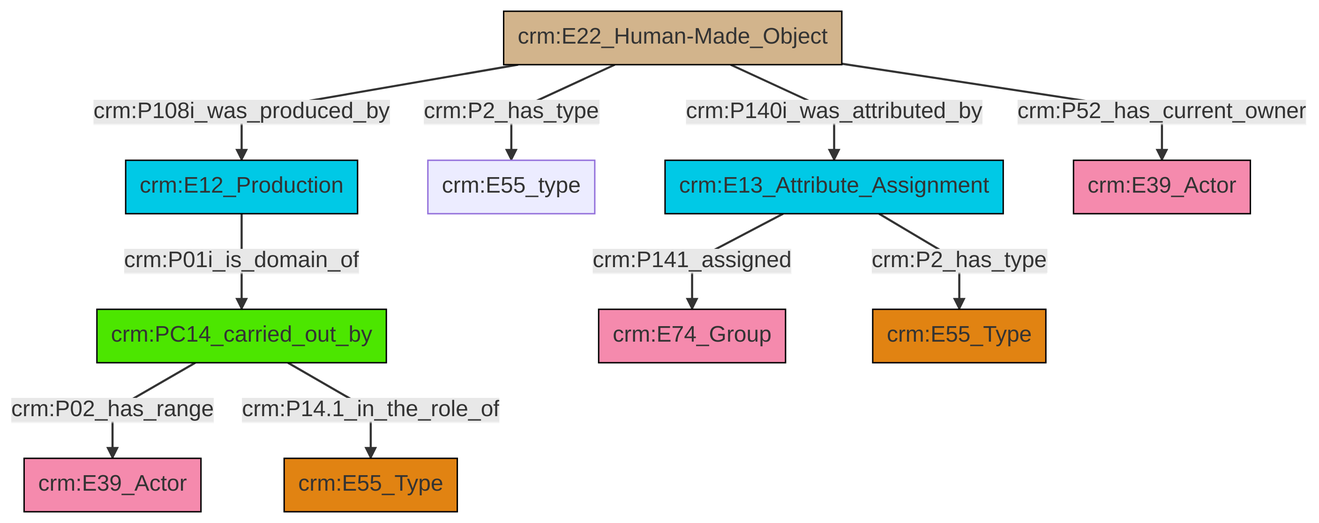
Earlier version of the Mermaid export et/builtWorkCSV/ttl/mmd/png/Built_Work_actor_relations.png (swiss-art-research-net/docs.swissartresearch). Its source is kept beside it as et/builtWorkCSV/ttl/mmd/Built_Work_actor_relations.ttl.mmd.
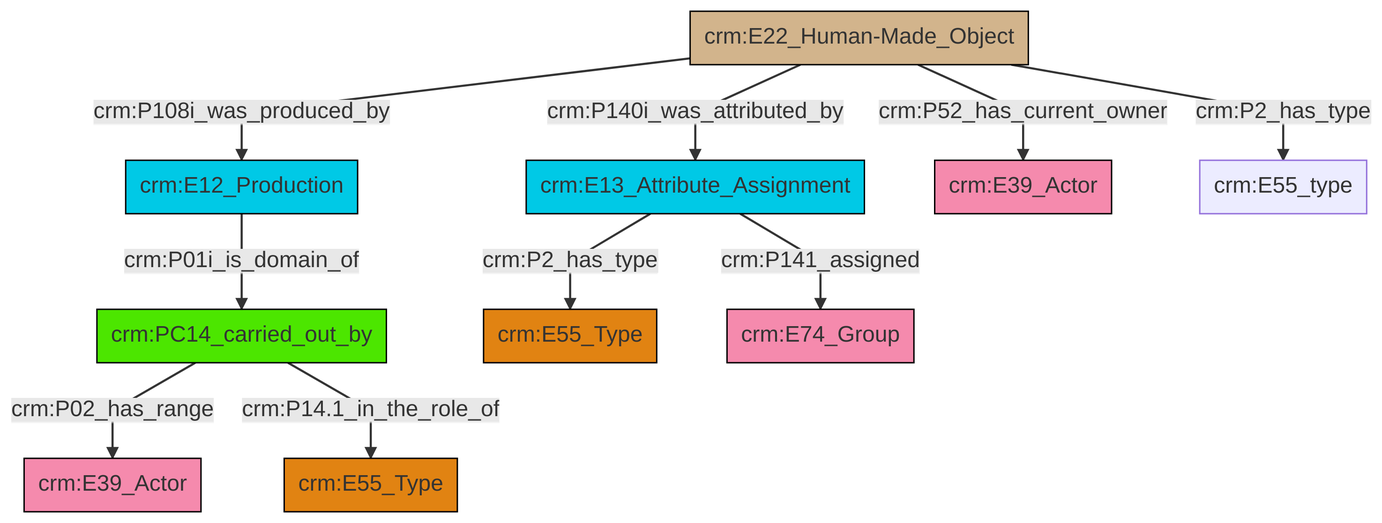
The same file after the commit.

The edit, as a diff of the source:
```diff
@@ -13,12 +13,12 @@
 classDef PC_Classes fill:#4ce600, stroke:#000000;
 classDef Multi fill:#cccccc,stroke:#000000;
 
-2["crm:E22_Human-Made_Object"]:::Physical_Thing -->|crm:P108i_was_produced_by| 0["crm:E12_Production"]:::Temporal_Entity
-7["crm:E13_Attribute_Assignment"]:::Temporal_Entity -->|crm:P141_assigned| 8["crm:E74_Group"]:::Actor
-9["crm:PC14_carried_out_by"]:::PC_Classes -->|crm:P02_has_range| 5["crm:E39_Actor"]:::Actor
-2["crm:E22_Human-Made_Object"]:::Physical_Thing -->|crm:P2_has_type| 3["crm:E55_type"]:::Default
-2["crm:E22_Human-Made_Object"]:::Physical_Thing -->|crm:P140i_was_attributed_by| 7["crm:E13_Attribute_Assignment"]:::Temporal_Entity
-2["crm:E22_Human-Made_Object"]:::Physical_Thing -->|crm:P52_has_current_owner| 10["crm:E39_Actor"]:::Actor
-0["crm:E12_Production"]:::Temporal_Entity -->|crm:P01i_is_domain_of| 9["crm:PC14_carried_out_by"]:::PC_Classes
-7["crm:E13_Attribute_Assignment"]:::Temporal_Entity -->|crm:P2_has_type| 16["crm:E55_Type"]:::Type
-9["crm:PC14_carried_out_by"]:::PC_Classes -->|crm:P14.1_in_the_role_of| 14["crm:E55_Type"]:::Type
+0["crm:E12_Production"]:::Temporal_Entity -->|crm:P01i_is_domain_of| 1["crm:PC14_carried_out_by"]:::PC_Classes
+6["crm:E22_Human-Made_Object"]:::Physical_Thing -->|crm:P140i_was_attributed_by| 2["crm:E13_Attribute_Assignment"]:::Temporal_Entity
+2["crm:E13_Attribute_Assignment"]:::Temporal_Entity -->|crm:P2_has_type| 9["crm:E55_Type"]:::Type
+6["crm:E22_Human-Made_Object"]:::Physical_Thing -->|crm:P108i_was_produced_by| 0["crm:E12_Production"]:::Temporal_Entity
+1["crm:PC14_carried_out_by"]:::PC_Classes -->|crm:P02_has_range| 11["crm:E39_Actor"]:::Actor
+2["crm:E13_Attribute_Assignment"]:::Temporal_Entity -->|crm:P141_assigned| 12["crm:E74_Group"]:::Actor
+1["crm:PC14_carried_out_by"]:::PC_Classes -->|crm:P14.1_in_the_role_of| 7["crm:E55_Type"]:::Type
+6["crm:E22_Human-Made_Object"]:::Physical_Thing -->|crm:P52_has_current_owner| 4["crm:E39_Actor"]:::Actor
+6["crm:E22_Human-Made_Object"]:::Physical_Thing -->|crm:P2_has_type| 13["crm:E55_type"]:::Default
```
